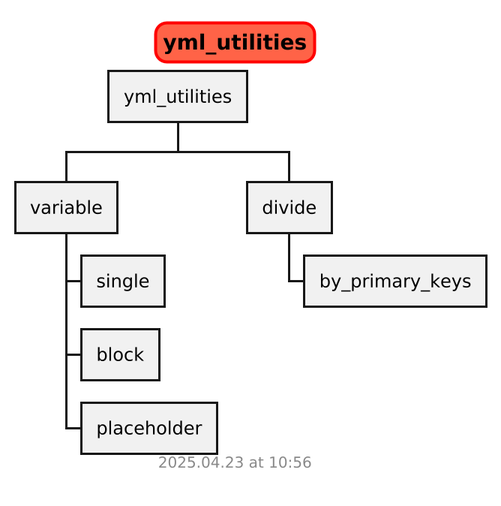
The PlantUML diagram docs/modules/yml_utilities/yml_utilities.png in vamseeachanta/assetutilities, before a commit.
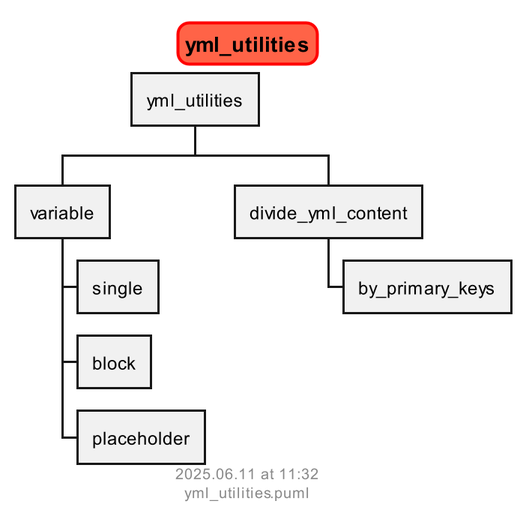
The same diagram one commit later.

Change to the diagram source:
```diff
@@ -16,7 +16,7 @@
 *** placeholder
 
 
-** divide
+** divide_yml_content
 *** by_primary_keys
 
 
```
